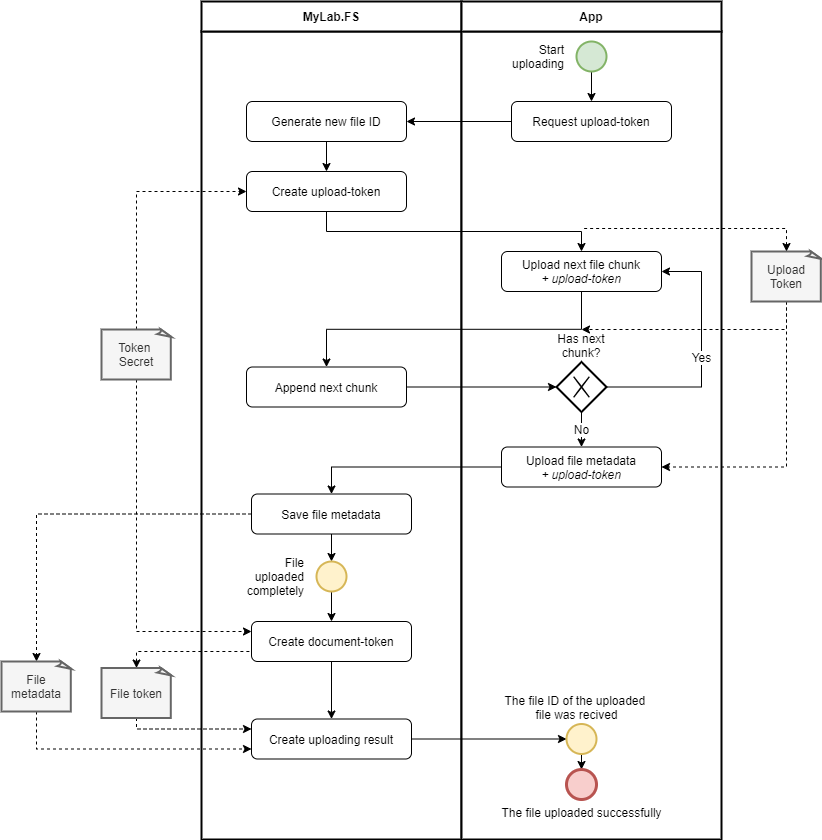
Before: doc/diagramms/mylab-fs-trusted-uploading.png, a diagram exported from draw.io (mylab-tools/file-storage). Source tidied: cells renumbered, new cells last; positions are measured from the earlier drawing's top-left corner, leaving out a move shared by most shapes.
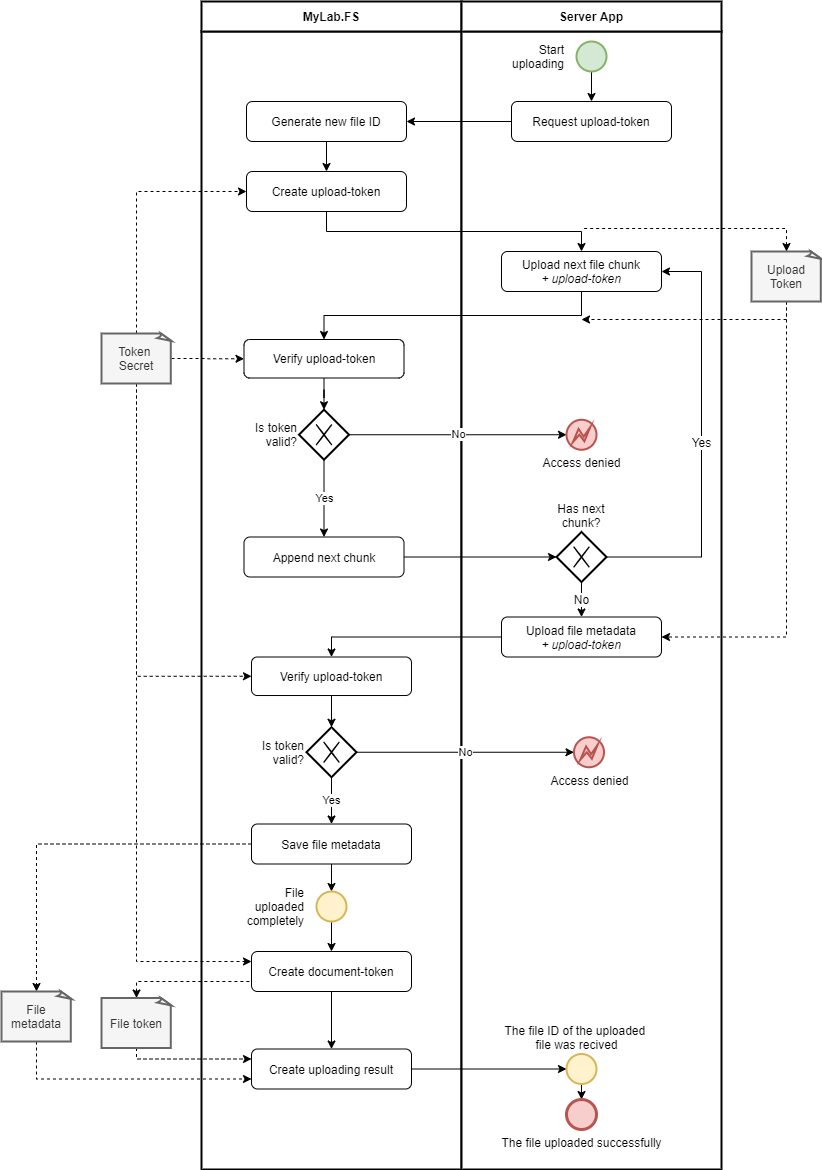
The same file after the commit.

Diff of the diagram source:
```diff
@@ -3,15 +3,15 @@
     <mxCell id="0" />
     <mxCell id="1" parent="0" />
     <mxCell id="2" style="rounded=0;whiteSpace=wrap;html=1;strokeWidth=2;fontSize=12;align=center;" parent="1" vertex="1">
-      <mxGeometry x="200" y="30" width="260" height="808" as="geometry" />
+      <mxGeometry x="200" y="30" width="260" height="1138" as="geometry" />
     </mxCell>
     <mxCell id="3" value="&lt;b&gt;MyLab.FS&lt;/b&gt;" style="rounded=0;whiteSpace=wrap;html=1;strokeWidth=2;fontSize=12;align=center;" parent="1" vertex="1">
       <mxGeometry x="200" width="260" height="30" as="geometry" />
     </mxCell>
     <mxCell id="4" style="rounded=0;whiteSpace=wrap;html=1;strokeWidth=2;fontSize=12;align=center;" parent="1" vertex="1">
-      <mxGeometry x="460" y="30" width="260" height="808" as="geometry" />
+      <mxGeometry x="460" y="30" width="260" height="1138" as="geometry" />
     </mxCell>
-    <mxCell id="5" value="&lt;b&gt;App&lt;/b&gt;" style="rounded=0;whiteSpace=wrap;html=1;strokeWidth=2;fontSize=12;align=center;" parent="1" vertex="1">
+    <mxCell id="5" value="&lt;b&gt;Server App&lt;/b&gt;" style="rounded=0;whiteSpace=wrap;html=1;strokeWidth=2;fontSize=12;align=center;" parent="1" vertex="1">
       <mxGeometry x="460" width="260" height="30" as="geometry" />
     </mxCell>
     <mxCell id="6" style="edgeStyle=orthogonalEdgeStyle;rounded=0;jettySize=auto;html=1;entryX=0.5;entryY=0;entryDx=0;entryDy=0;startArrow=none;startFill=0;endArrow=classic;endFill=1;strokeWidth=1;fontSize=12;" parent="1" edge="1" source="7" target="9">
@@ -38,7 +38,7 @@
     <mxCell id="13" style="edgeStyle=orthogonalEdgeStyle;rounded=0;jettySize=auto;html=1;entryX=0;entryY=0.5;entryDx=0;entryDy=0;startArrow=none;startFill=0;endArrow=classic;endFill=1;strokeWidth=1;fontSize=12;dashed=1;exitX=0.5;exitY=0;exitDx=0;exitDy=0;exitPerimeter=0;" parent="1" edge="1" source="45" target="12">
       <mxGeometry relative="1" as="geometry" />
     </mxCell>
-    <mxCell id="14" style="edgeStyle=orthogonalEdgeStyle;rounded=0;jettySize=auto;html=1;entryX=0.5;entryY=0;entryDx=0;entryDy=0;startArrow=none;startFill=0;endArrow=classic;endFill=1;strokeWidth=1;fontSize=12;exitX=0.5;exitY=1;exitDx=0;exitDy=0;" parent="1" edge="1" source="15" target="18">
+    <mxCell id="14" style="edgeStyle=orthogonalEdgeStyle;rounded=0;jettySize=auto;html=1;entryX=0.5;entryY=0;entryDx=0;entryDy=0;startArrow=none;startFill=0;endArrow=classic;endFill=1;strokeWidth=1;fontSize=12;exitX=0.5;exitY=1;exitDx=0;exitDy=0;" parent="1" edge="1" source="15" target="53">
       <mxGeometry relative="1" as="geometry" />
     </mxCell>
     <mxCell id="15" value="Upload next file chunk&lt;br&gt;&lt;i&gt;+ upload-token&lt;/i&gt;" style="rounded=1;whiteSpace=wrap;html=1;strokeWidth=1;fontSize=12;align=center;" parent="1" vertex="1">
@@ -51,13 +51,13 @@
       <mxGeometry relative="1" as="geometry" />
     </mxCell>
     <mxCell id="18" value="Append next chunk" style="rounded=1;whiteSpace=wrap;html=1;strokeWidth=1;fontSize=12;align=center;" parent="1" vertex="1">
-      <mxGeometry x="245" y="365.5" width="160" height="40" as="geometry" />
+      <mxGeometry x="242.5" y="535.5" width="160" height="40" as="geometry" />
     </mxCell>
     <mxCell id="19" value="Yes" style="edgeStyle=orthogonalEdgeStyle;rounded=0;jettySize=auto;html=1;entryX=1;entryY=0.5;entryDx=0;entryDy=0;startArrow=none;startFill=0;endArrow=classic;endFill=1;strokeWidth=1;fontSize=12;exitX=1;exitY=0.5;exitDx=0;exitDy=0;" parent="1" edge="1" source="21" target="15">
       <mxGeometry relative="1" as="geometry">
         <Array as="points">
-          <mxPoint x="700" y="385.5" />
-          <mxPoint x="700" y="270.5" />
+          <mxPoint x="700" y="556" />
+          <mxPoint x="700" y="270" />
         </Array>
       </mxGeometry>
     </mxCell>
@@ -65,13 +65,13 @@
       <mxGeometry relative="1" as="geometry" />
     </mxCell>
     <mxCell id="21" value="&lt;span style=&quot;white-space: normal ; background-color: rgb(255 , 255 , 255)&quot;&gt;Has next chunk?&lt;/span&gt;" style="shape=mxgraph.bpmn.shape;html=1;verticalLabelPosition=top;labelBackgroundColor=#ffffff;verticalAlign=bottom;align=center;perimeter=rhombusPerimeter;background=gateway;outlineConnect=0;outline=none;symbol=exclusiveGw;strokeWidth=2;fontSize=12;labelPosition=center;whiteSpace=wrap;" parent="1" vertex="1">
-      <mxGeometry x="555" y="360.5" width="50" height="50" as="geometry" />
+      <mxGeometry x="555" y="530.5" width="50" height="50" as="geometry" />
     </mxCell>
-    <mxCell id="22" style="edgeStyle=orthogonalEdgeStyle;rounded=0;jettySize=auto;html=1;entryX=0.5;entryY=0;entryDx=0;entryDy=0;startArrow=none;startFill=0;endArrow=classic;endFill=1;strokeWidth=1;fontSize=12;" parent="1" edge="1" source="23" target="26">
+    <mxCell id="22" style="edgeStyle=orthogonalEdgeStyle;rounded=0;jettySize=auto;html=1;entryX=0.5;entryY=0;entryDx=0;entryDy=0;startArrow=none;startFill=0;endArrow=classic;endFill=1;strokeWidth=1;fontSize=12;" parent="1" edge="1" source="23" target="59">
       <mxGeometry relative="1" as="geometry" />
     </mxCell>
     <mxCell id="23" value="Upload file metadata&lt;br&gt;&lt;i&gt;+ upload-token&lt;/i&gt;" style="rounded=1;whiteSpace=wrap;html=1;strokeWidth=1;fontSize=12;align=center;" parent="1" vertex="1">
-      <mxGeometry x="500" y="445.5" width="160" height="40" as="geometry" />
+      <mxGeometry x="500" y="615.5" width="160" height="40" as="geometry" />
     </mxCell>
     <mxCell id="24" style="edgeStyle=orthogonalEdgeStyle;rounded=0;jettySize=auto;html=1;startArrow=none;startFill=0;endArrow=classic;endFill=1;strokeWidth=1;fontSize=12;entryX=0.5;entryY=0;entryDx=0;entryDy=0;" parent="1" edge="1" source="26" target="41">
       <mxGeometry relative="1" as="geometry" />
@@ -80,25 +80,25 @@
       <mxGeometry relative="1" as="geometry" />
     </mxCell>
     <mxCell id="26" value="Save file metadata" style="rounded=1;whiteSpace=wrap;html=1;strokeWidth=1;fontSize=12;align=center;" parent="1" vertex="1">
-      <mxGeometry x="250" y="492.5" width="160" height="40" as="geometry" />
+      <mxGeometry x="250" y="822.5" width="160" height="40" as="geometry" />
     </mxCell>
     <mxCell id="27" style="edgeStyle=orthogonalEdgeStyle;rounded=0;jettySize=auto;html=1;startArrow=none;startFill=0;endArrow=classic;endFill=1;strokeWidth=1;fontSize=12;" parent="1" edge="1" source="28" target="30">
       <mxGeometry relative="1" as="geometry" />
     </mxCell>
     <mxCell id="28" value="Create document-token" style="rounded=1;whiteSpace=wrap;html=1;strokeWidth=1;fontSize=12;align=center;" parent="1" vertex="1">
-      <mxGeometry x="250" y="620" width="160" height="40" as="geometry" />
+      <mxGeometry x="250" y="950" width="160" height="40" as="geometry" />
     </mxCell>
     <mxCell id="29" style="edgeStyle=orthogonalEdgeStyle;rounded=0;jettySize=auto;html=1;entryX=0;entryY=0.5;entryDx=0;entryDy=0;startArrow=none;startFill=0;endArrow=classic;endFill=1;strokeWidth=1;fontSize=12;" parent="1" edge="1" source="30" target="43">
       <mxGeometry relative="1" as="geometry" />
     </mxCell>
     <mxCell id="30" value="Create uploading result" style="rounded=1;whiteSpace=wrap;html=1;strokeWidth=1;fontSize=12;align=center;" parent="1" vertex="1">
-      <mxGeometry x="250" y="717.5" width="160" height="40" as="geometry" />
+      <mxGeometry x="250" y="1047.5" width="160" height="40" as="geometry" />
     </mxCell>
     <mxCell id="31" style="edgeStyle=orthogonalEdgeStyle;rounded=0;jettySize=auto;html=1;startArrow=none;startFill=0;endArrow=classic;endFill=1;strokeWidth=1;fontSize=12;dashed=1;exitX=0.5;exitY=1;exitDx=0;exitDy=0;exitPerimeter=0;" parent="1" edge="1" source="33">
       <mxGeometry relative="1" as="geometry">
-        <mxPoint x="580" y="328" as="targetPoint" />
+        <mxPoint x="580" y="318" as="targetPoint" />
         <Array as="points">
-          <mxPoint x="785" y="328" />
+          <mxPoint x="785" y="318" />
         </Array>
       </mxGeometry>
     </mxCell>
@@ -111,25 +111,25 @@
     <mxCell id="34" style="edgeStyle=orthogonalEdgeStyle;rounded=0;jettySize=auto;html=1;entryX=0;entryY=0.25;entryDx=0;entryDy=0;startArrow=none;startFill=0;endArrow=classic;endFill=1;strokeWidth=1;fontSize=12;dashed=1;exitX=0.5;exitY=1;exitDx=0;exitDy=0;exitPerimeter=0;" parent="1" edge="1" source="36" target="30">
       <mxGeometry relative="1" as="geometry">
         <Array as="points">
-          <mxPoint x="135" y="728" />
+          <mxPoint x="135" y="1058" />
         </Array>
       </mxGeometry>
     </mxCell>
     <mxCell id="35" style="edgeStyle=orthogonalEdgeStyle;rounded=0;jettySize=auto;html=1;entryX=0;entryY=0.75;entryDx=0;entryDy=0;dashed=1;startArrow=classic;startFill=1;endArrow=none;endFill=0;strokeWidth=1;fontSize=12;exitX=0.5;exitY=0;exitDx=0;exitDy=0;exitPerimeter=0;" parent="1" edge="1" source="36" target="28">
       <mxGeometry relative="1" as="geometry">
         <Array as="points">
-          <mxPoint x="135" y="650" />
+          <mxPoint x="135" y="980" />
         </Array>
       </mxGeometry>
     </mxCell>
     <mxCell id="36" value="File token" style="whiteSpace=wrap;html=1;shape=mxgraph.basic.document;strokeWidth=2;fontSize=12;align=center;fillColor=#f5f5f5;strokeColor=#666666;fontColor=#333333;" parent="1" vertex="1">
-      <mxGeometry x="100" y="666.5" width="70" height="50" as="geometry" />
+      <mxGeometry x="100" y="996.5" width="70" height="50" as="geometry" />
     </mxCell>
     <mxCell id="37" style="edgeStyle=orthogonalEdgeStyle;rounded=0;jettySize=auto;html=1;entryX=0;entryY=0.75;entryDx=0;entryDy=0;startArrow=none;startFill=0;endArrow=classic;endFill=1;strokeWidth=1;fontSize=12;dashed=1;exitX=0.5;exitY=1;exitDx=0;exitDy=0;exitPerimeter=0;" parent="1" edge="1" source="38" target="30">
       <mxGeometry relative="1" as="geometry" />
     </mxCell>
     <mxCell id="38" value="File metadata" style="whiteSpace=wrap;html=1;shape=mxgraph.basic.document;strokeWidth=2;fontSize=12;align=center;fillColor=#f5f5f5;strokeColor=#666666;fontColor=#333333;" parent="1" vertex="1">
-      <mxGeometry y="660" width="70" height="50" as="geometry" />
+      <mxGeometry y="990" width="70" height="50" as="geometry" />
     </mxCell>
     <mxCell id="39" style="edgeStyle=orthogonalEdgeStyle;rounded=0;jettySize=auto;html=1;startArrow=classic;startFill=1;endArrow=none;endFill=0;strokeWidth=1;fontSize=12;dashed=1;exitX=0.5;exitY=0;exitDx=0;exitDy=0;exitPerimeter=0;" parent="1" edge="1" source="33">
       <mxGeometry relative="1" as="geometry">
@@ -143,27 +143,72 @@
       <mxGeometry relative="1" as="geometry" />
     </mxCell>
     <mxCell id="41" value="File uploaded completely" style="ellipse;html=1;strokeColor=#d6b656;strokeWidth=2;fillColor=#fff2cc;fontSize=12;align=right;labelPosition=left;verticalLabelPosition=middle;verticalAlign=middle;whiteSpace=wrap;spacingRight=10;" parent="1" vertex="1">
-      <mxGeometry x="315" y="560" width="30" height="30" as="geometry" />
+      <mxGeometry x="315" y="890" width="30" height="30" as="geometry" />
     </mxCell>
     <mxCell id="42" style="edgeStyle=orthogonalEdgeStyle;rounded=0;jettySize=auto;html=1;entryX=0.5;entryY=0;entryDx=0;entryDy=0;startArrow=none;startFill=0;endArrow=classic;endFill=1;strokeWidth=1;fontSize=12;" parent="1" edge="1" source="43" target="46">
       <mxGeometry relative="1" as="geometry" />
     </mxCell>
     <mxCell id="43" value="The file ID of the uploaded &lt;br&gt;file was recived" style="ellipse;html=1;strokeColor=#d6b656;strokeWidth=2;fillColor=#fff2cc;fontSize=12;align=center;labelPosition=center;verticalLabelPosition=top;verticalAlign=bottom;spacingRight=10;" parent="1" vertex="1">
-      <mxGeometry x="565" y="722.5" width="30" height="30" as="geometry" />
+      <mxGeometry x="565" y="1052.5" width="30" height="30" as="geometry" />
     </mxCell>
-    <mxCell id="44" style="edgeStyle=orthogonalEdgeStyle;rounded=0;jettySize=auto;html=1;entryX=0;entryY=0.25;entryDx=0;entryDy=0;startArrow=none;startFill=0;endArrow=classic;endFill=1;strokeWidth=1;fontSize=12;dashed=1;exitX=0.5;exitY=1;exitDx=0;exitDy=0;exitPerimeter=0;" parent="1" edge="1" source="45" target="28">
+    <mxCell id="44" style="edgeStyle=orthogonalEdgeStyle;rounded=0;jettySize=auto;html=1;entryX=0;entryY=0.25;entryDx=0;entryDy=0;startArrow=none;startFill=0;endArrow=classic;endFill=1;strokeWidth=1;fontSize=12;dashed=1;" parent="1" edge="1" source="45" target="28">
       <mxGeometry relative="1" as="geometry">
         <Array as="points">
-          <mxPoint x="135" y="388" />
-          <mxPoint x="135" y="630" />
+          <mxPoint x="135" y="960" />
         </Array>
       </mxGeometry>
     </mxCell>
+    <mxCell id="47" style="edgeStyle=orthogonalEdgeStyle;rounded=0;jettySize=auto;html=1;entryX=0;entryY=0.5;entryDx=0;entryDy=0;dashed=1;" parent="1" edge="1" source="45" target="53">
+      <mxGeometry relative="1" as="geometry" />
+    </mxCell>
+    <mxCell id="48" style="edgeStyle=orthogonalEdgeStyle;rounded=0;jettySize=auto;html=1;entryX=0;entryY=0.5;entryDx=0;entryDy=0;dashed=1;" parent="1" edge="1" source="45" target="59">
+      <mxGeometry relative="1" as="geometry">
+        <Array as="points">
+          <mxPoint x="135" y="675" />
+        </Array>
+      </mxGeometry>
+    </mxCell>
     <mxCell id="45" value="Token &lt;br&gt;Secret" style="whiteSpace=wrap;html=1;shape=mxgraph.basic.document;strokeWidth=2;fontSize=12;align=center;fillColor=#f5f5f5;strokeColor=#666666;fontColor=#333333;" parent="1" vertex="1">
-      <mxGeometry x="100" y="328" width="70" height="50" as="geometry" />
+      <mxGeometry x="100" y="332" width="70" height="50" as="geometry" />
     </mxCell>
     <mxCell id="46" value="&lt;span style=&quot;&quot;&gt;The file uploaded successfully&lt;/span&gt;" style="shape=mxgraph.bpmn.shape;html=1;verticalLabelPosition=bottom;labelBackgroundColor=none;verticalAlign=top;align=center;perimeter=ellipsePerimeter;outlineConnect=0;outline=end;symbol=general;strokeColor=#b85450;strokeWidth=1;fillColor=#f8cecc;fontSize=12;" parent="1" vertex="1">
-      <mxGeometry x="565" y="768" width="30" height="30" as="geometry" />
+      <mxGeometry x="565" y="1098" width="30" height="30" as="geometry" />
     </mxCell>
+    <mxCell id="49" value="Yes" style="edgeStyle=orthogonalEdgeStyle;rounded=0;jettySize=auto;html=1;entryX=0.5;entryY=0;entryDx=0;entryDy=0;" parent="1" edge="1" source="50" target="18">
+      <mxGeometry relative="1" as="geometry" />
+    </mxCell>
+    <mxCell id="50" value="&lt;span style=&quot;white-space: normal ; background-color: rgb(255 , 255 , 255)&quot;&gt;Is token valid?&lt;/span&gt;" style="shape=mxgraph.bpmn.shape;html=1;verticalLabelPosition=middle;labelBackgroundColor=#ffffff;verticalAlign=middle;align=right;perimeter=rhombusPerimeter;background=gateway;outlineConnect=0;outline=none;symbol=exclusiveGw;strokeWidth=2;fontSize=12;labelPosition=left;whiteSpace=wrap;" parent="1" vertex="1">
+      <mxGeometry x="297.5" y="408.2" width="50" height="50" as="geometry" />
+    </mxCell>
+    <mxCell id="51" value="No" style="edgeStyle=orthogonalEdgeStyle;rounded=0;jettySize=auto;html=1;entryX=0;entryY=0.5;entryDx=0;entryDy=0;exitX=1;exitY=0.5;exitDx=0;exitDy=0;" parent="1" edge="1" source="50" target="54">
+      <mxGeometry relative="1" as="geometry" />
+    </mxCell>
+    <mxCell id="52" style="edgeStyle=orthogonalEdgeStyle;rounded=0;jettySize=auto;html=1;entryX=0.5;entryY=0;entryDx=0;entryDy=0;" parent="1" edge="1" source="53" target="50">
+      <mxGeometry relative="1" as="geometry" />
+    </mxCell>
+    <mxCell id="53" value="Verify upload-token" style="rounded=1;whiteSpace=wrap;html=1;strokeWidth=1;fontSize=12;align=center;" parent="1" vertex="1">
+      <mxGeometry x="242.5" y="338" width="160" height="38.5" as="geometry" />
+    </mxCell>
+    <mxCell id="54" value="Access denied" style="shape=mxgraph.bpmn.shape;html=1;verticalLabelPosition=bottom;labelBackgroundColor=#ffffff;verticalAlign=top;align=center;perimeter=ellipsePerimeter;outlineConnect=0;outline=eventInt;symbol=error;strokeColor=#b85450;strokeWidth=2;fillColor=#f8cecc;fontSize=12;" parent="1" vertex="1">
+      <mxGeometry x="565" y="418.2" width="30" height="30" as="geometry" />
+    </mxCell>
+    <mxCell id="55" value="Yes" style="edgeStyle=orthogonalEdgeStyle;rounded=0;jettySize=auto;html=1;entryX=0.5;entryY=0;entryDx=0;entryDy=0;" parent="1" edge="1" source="56" target="26">
+      <mxGeometry relative="1" as="geometry" />
+    </mxCell>
+    <mxCell id="56" value="&lt;span style=&quot;white-space: normal ; background-color: rgb(255 , 255 , 255)&quot;&gt;Is token valid?&lt;/span&gt;" style="shape=mxgraph.bpmn.shape;html=1;verticalLabelPosition=middle;labelBackgroundColor=#ffffff;verticalAlign=middle;align=right;perimeter=rhombusPerimeter;background=gateway;outlineConnect=0;outline=none;symbol=exclusiveGw;strokeWidth=2;fontSize=12;labelPosition=left;whiteSpace=wrap;" parent="1" vertex="1">
+      <mxGeometry x="305" y="725.8" width="50" height="50" as="geometry" />
+    </mxCell>
+    <mxCell id="57" value="No" style="edgeStyle=orthogonalEdgeStyle;rounded=0;jettySize=auto;html=1;entryX=0;entryY=0.5;entryDx=0;entryDy=0;exitX=1;exitY=0.5;exitDx=0;exitDy=0;" parent="1" edge="1" source="56" target="60">
+      <mxGeometry relative="1" as="geometry" />
+    </mxCell>
+    <mxCell id="58" style="edgeStyle=orthogonalEdgeStyle;rounded=0;jettySize=auto;html=1;entryX=0.5;entryY=0;entryDx=0;entryDy=0;" parent="1" edge="1" source="59" target="56">
+      <mxGeometry relative="1" as="geometry" />
+    </mxCell>
+    <mxCell id="59" value="Verify upload-token" style="rounded=1;whiteSpace=wrap;html=1;strokeWidth=1;fontSize=12;align=center;" parent="1" vertex="1">
+      <mxGeometry x="250" y="655.5" width="160" height="38.5" as="geometry" />
+    </mxCell>
+    <mxCell id="60" value="Access denied" style="shape=mxgraph.bpmn.shape;html=1;verticalLabelPosition=bottom;labelBackgroundColor=#ffffff;verticalAlign=top;align=center;perimeter=ellipsePerimeter;outlineConnect=0;outline=eventInt;symbol=error;strokeColor=#b85450;strokeWidth=2;fillColor=#f8cecc;fontSize=12;" parent="1" vertex="1">
+      <mxGeometry x="572.5" y="735.8" width="30" height="30" as="geometry" />
+    </mxCell>
   </root>
 </mxGraphModel>
```
